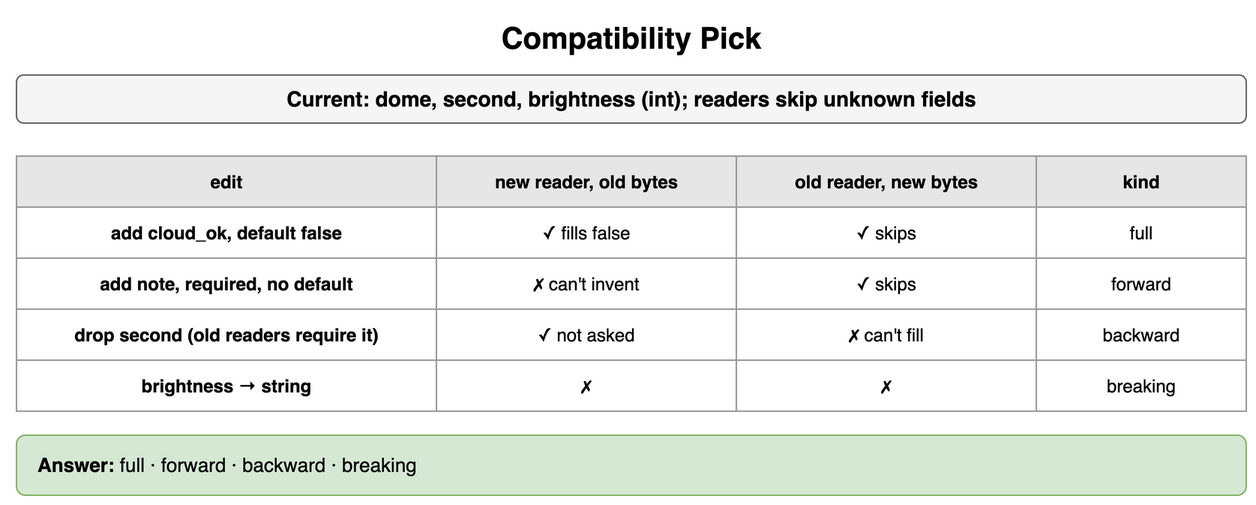
The draw.io diagram content/09_System_Design_Interview/14_Encoding_Serialization_and_Schema_Evolution/diagrams/encoding-drills-6-compatibility-pick.png in amendez13/swe-study-guide, before a commit. Source tidied: cells renumbered, new cells last; positions are measured from the earlier drawing's top-left corner, leaving out a move shared by most shapes. Source of this version:
```xml
<mxGraphModel>
  <root>
    <mxCell id="0" />
    <mxCell id="1" parent="0" />
    <mxCell id="2" value="Compatibility Pick" style="text;html=1;align=center;verticalAlign=middle;whiteSpace=wrap;fontSize=20;fontStyle=1;" parent="1" vertex="1">
      <mxGeometry width="820" height="30" as="geometry" />
    </mxCell>
    <mxCell id="3" value="Current: dome, second, brightness (int); readers skip unknown fields" style="rounded=1;whiteSpace=wrap;html=1;fillColor=#f5f5f5;strokeColor=#666666;fontStyle=1;fontSize=14;" parent="1" vertex="1">
      <mxGeometry y="40" width="820" height="32" as="geometry" />
    </mxCell>
    <mxCell id="4" value="edit" style="whiteSpace=wrap;html=1;fillColor=#e6e6e6;strokeColor=#999999;fontStyle=1;fontSize=12;" parent="1" vertex="1">
      <mxGeometry y="94" width="280" height="34" as="geometry" />
    </mxCell>
    <mxCell id="5" value="new reader, old bytes" style="whiteSpace=wrap;html=1;fillColor=#e6e6e6;strokeColor=#999999;fontStyle=1;fontSize=12;" parent="1" vertex="1">
      <mxGeometry x="280" y="94" width="200" height="34" as="geometry" />
    </mxCell>
    <mxCell id="6" value="old reader, new bytes" style="whiteSpace=wrap;html=1;fillColor=#e6e6e6;strokeColor=#999999;fontStyle=1;fontSize=12;" parent="1" vertex="1">
      <mxGeometry x="480" y="94" width="200" height="34" as="geometry" />
    </mxCell>
    <mxCell id="7" value="kind" style="whiteSpace=wrap;html=1;fillColor=#e6e6e6;strokeColor=#999999;fontStyle=1;fontSize=12;" parent="1" vertex="1">
      <mxGeometry x="680" y="94" width="140" height="34" as="geometry" />
    </mxCell>
    <mxCell id="8" value="add cloud_ok, default false" style="whiteSpace=wrap;html=1;strokeColor=#999999;fontSize=12;fillColor=#ffffff;fontStyle=1;" parent="1" vertex="1">
      <mxGeometry y="128" width="280" height="34" as="geometry" />
    </mxCell>
    <mxCell id="9" value="✓ fills false" style="whiteSpace=wrap;html=1;strokeColor=#999999;fontSize=12;fillColor=#ffffff;" parent="1" vertex="1">
      <mxGeometry x="280" y="128" width="200" height="34" as="geometry" />
    </mxCell>
    <mxCell id="10" value="✓ skips" style="whiteSpace=wrap;html=1;strokeColor=#999999;fontSize=12;fillColor=#ffffff;" parent="1" vertex="1">
      <mxGeometry x="480" y="128" width="200" height="34" as="geometry" />
    </mxCell>
    <mxCell id="11" value="full" style="whiteSpace=wrap;html=1;strokeColor=#999999;fontSize=12;fillColor=#ffffff;" parent="1" vertex="1">
      <mxGeometry x="680" y="128" width="140" height="34" as="geometry" />
    </mxCell>
    <mxCell id="12" value="add note, required, no default" style="whiteSpace=wrap;html=1;strokeColor=#999999;fontSize=12;fillColor=#ffffff;fontStyle=1;" parent="1" vertex="1">
      <mxGeometry y="162" width="280" height="34" as="geometry" />
    </mxCell>
    <mxCell id="13" value="✗ can't invent" style="whiteSpace=wrap;html=1;strokeColor=#999999;fontSize=12;fillColor=#ffffff;" parent="1" vertex="1">
      <mxGeometry x="280" y="162" width="200" height="34" as="geometry" />
    </mxCell>
    <mxCell id="14" value="✓ skips" style="whiteSpace=wrap;html=1;strokeColor=#999999;fontSize=12;fillColor=#ffffff;" parent="1" vertex="1">
      <mxGeometry x="480" y="162" width="200" height="34" as="geometry" />
    </mxCell>
    <mxCell id="15" value="forward" style="whiteSpace=wrap;html=1;strokeColor=#999999;fontSize=12;fillColor=#ffffff;" parent="1" vertex="1">
      <mxGeometry x="680" y="162" width="140" height="34" as="geometry" />
    </mxCell>
    <mxCell id="16" value="drop second (old readers require it)" style="whiteSpace=wrap;html=1;strokeColor=#999999;fontSize=12;fillColor=#ffffff;fontStyle=1;" parent="1" vertex="1">
      <mxGeometry y="196" width="280" height="34" as="geometry" />
    </mxCell>
    <mxCell id="17" value="✓ not asked" style="whiteSpace=wrap;html=1;strokeColor=#999999;fontSize=12;fillColor=#ffffff;" parent="1" vertex="1">
      <mxGeometry x="280" y="196" width="200" height="34" as="geometry" />
    </mxCell>
    <mxCell id="18" value="✗ can't fill" style="whiteSpace=wrap;html=1;strokeColor=#999999;fontSize=12;fillColor=#ffffff;" parent="1" vertex="1">
      <mxGeometry x="480" y="196" width="200" height="34" as="geometry" />
    </mxCell>
    <mxCell id="19" value="backward" style="whiteSpace=wrap;html=1;strokeColor=#999999;fontSize=12;fillColor=#ffffff;" parent="1" vertex="1">
      <mxGeometry x="680" y="196" width="140" height="34" as="geometry" />
    </mxCell>
    <mxCell id="20" value="brightness → string" style="whiteSpace=wrap;html=1;strokeColor=#999999;fontSize=12;fillColor=#ffffff;fontStyle=1;" parent="1" vertex="1">
      <mxGeometry y="230" width="280" height="34" as="geometry" />
    </mxCell>
    <mxCell id="21" value="✗" style="whiteSpace=wrap;html=1;strokeColor=#999999;fontSize=12;fillColor=#ffffff;" parent="1" vertex="1">
      <mxGeometry x="280" y="230" width="200" height="34" as="geometry" />
    </mxCell>
    <mxCell id="22" value="✗" style="whiteSpace=wrap;html=1;strokeColor=#999999;fontSize=12;fillColor=#ffffff;" parent="1" vertex="1">
      <mxGeometry x="480" y="230" width="200" height="34" as="geometry" />
    </mxCell>
    <mxCell id="23" value="breaking" style="whiteSpace=wrap;html=1;strokeColor=#999999;fontSize=12;fillColor=#ffffff;" parent="1" vertex="1">
      <mxGeometry x="680" y="230" width="140" height="34" as="geometry" />
    </mxCell>
    <mxCell id="24" value="&lt;b&gt;Answer:&lt;/b&gt; full · forward · backward · breaking" style="rounded=1;whiteSpace=wrap;html=1;fillColor=#d5e8d4;strokeColor=#82b366;fontSize=13;align=left;spacingLeft=12;" parent="1" vertex="1">
      <mxGeometry y="280" width="820" height="40" as="geometry" />
    </mxCell>
  </root>
</mxGraphModel>
```
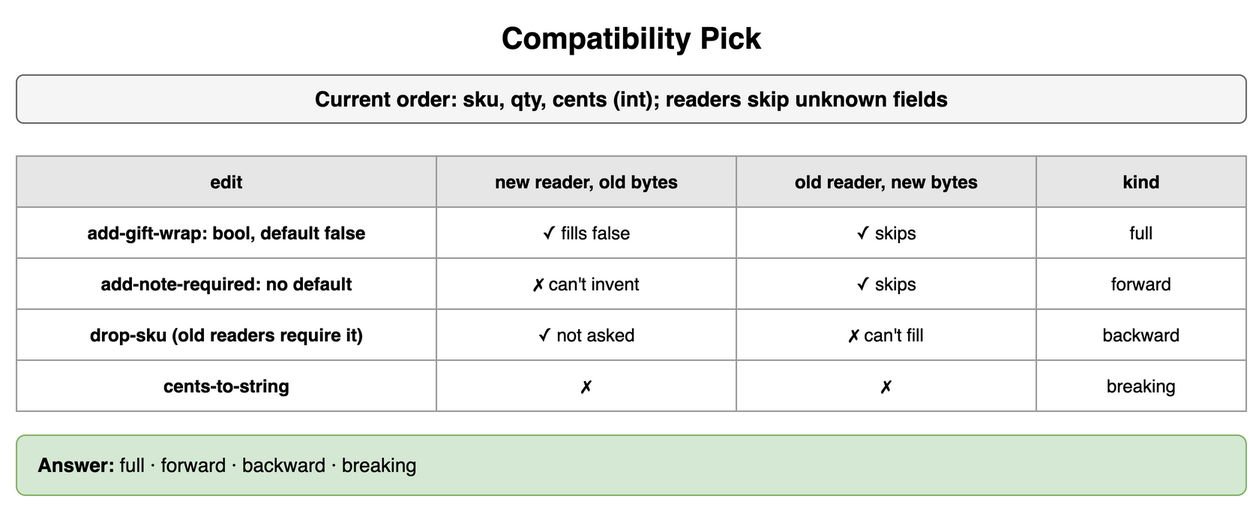
The same file after the commit.

The edit, as a diff of the source:
```diff
@@ -5,7 +5,7 @@
     <mxCell id="2" value="Compatibility Pick" style="text;html=1;align=center;verticalAlign=middle;whiteSpace=wrap;fontSize=20;fontStyle=1;" parent="1" vertex="1">
       <mxGeometry width="820" height="30" as="geometry" />
     </mxCell>
-    <mxCell id="3" value="Current: dome, second, brightness (int); readers skip unknown fields" style="rounded=1;whiteSpace=wrap;html=1;fillColor=#f5f5f5;strokeColor=#666666;fontStyle=1;fontSize=14;" parent="1" vertex="1">
+    <mxCell id="3" value="Current order: sku, qty, cents (int); readers skip unknown fields" style="rounded=1;whiteSpace=wrap;html=1;fillColor=#f5f5f5;strokeColor=#666666;fontStyle=1;fontSize=14;" parent="1" vertex="1">
       <mxGeometry y="40" width="820" height="32" as="geometry" />
     </mxCell>
     <mxCell id="4" value="edit" style="whiteSpace=wrap;html=1;fillColor=#e6e6e6;strokeColor=#999999;fontStyle=1;fontSize=12;" parent="1" vertex="1">
@@ -20,7 +20,7 @@
     <mxCell id="7" value="kind" style="whiteSpace=wrap;html=1;fillColor=#e6e6e6;strokeColor=#999999;fontStyle=1;fontSize=12;" parent="1" vertex="1">
       <mxGeometry x="680" y="94" width="140" height="34" as="geometry" />
     </mxCell>
-    <mxCell id="8" value="add cloud_ok, default false" style="whiteSpace=wrap;html=1;strokeColor=#999999;fontSize=12;fillColor=#ffffff;fontStyle=1;" parent="1" vertex="1">
+    <mxCell id="8" value="add-gift-wrap: bool, default false" style="whiteSpace=wrap;html=1;strokeColor=#999999;fontSize=12;fillColor=#ffffff;fontStyle=1;" parent="1" vertex="1">
       <mxGeometry y="128" width="280" height="34" as="geometry" />
     </mxCell>
     <mxCell id="9" value="✓ fills false" style="whiteSpace=wrap;html=1;strokeColor=#999999;fontSize=12;fillColor=#ffffff;" parent="1" vertex="1">
@@ -32,7 +32,7 @@
     <mxCell id="11" value="full" style="whiteSpace=wrap;html=1;strokeColor=#999999;fontSize=12;fillColor=#ffffff;" parent="1" vertex="1">
       <mxGeometry x="680" y="128" width="140" height="34" as="geometry" />
     </mxCell>
-    <mxCell id="12" value="add note, required, no default" style="whiteSpace=wrap;html=1;strokeColor=#999999;fontSize=12;fillColor=#ffffff;fontStyle=1;" parent="1" vertex="1">
+    <mxCell id="12" value="add-note-required: no default" style="whiteSpace=wrap;html=1;strokeColor=#999999;fontSize=12;fillColor=#ffffff;fontStyle=1;" parent="1" vertex="1">
       <mxGeometry y="162" width="280" height="34" as="geometry" />
     </mxCell>
     <mxCell id="13" value="✗ can't invent" style="whiteSpace=wrap;html=1;strokeColor=#999999;fontSize=12;fillColor=#ffffff;" parent="1" vertex="1">
@@ -44,7 +44,7 @@
     <mxCell id="15" value="forward" style="whiteSpace=wrap;html=1;strokeColor=#999999;fontSize=12;fillColor=#ffffff;" parent="1" vertex="1">
       <mxGeometry x="680" y="162" width="140" height="34" as="geometry" />
     </mxCell>
-    <mxCell id="16" value="drop second (old readers require it)" style="whiteSpace=wrap;html=1;strokeColor=#999999;fontSize=12;fillColor=#ffffff;fontStyle=1;" parent="1" vertex="1">
+    <mxCell id="16" value="drop-sku (old readers require it)" style="whiteSpace=wrap;html=1;strokeColor=#999999;fontSize=12;fillColor=#ffffff;fontStyle=1;" parent="1" vertex="1">
       <mxGeometry y="196" width="280" height="34" as="geometry" />
     </mxCell>
     <mxCell id="17" value="✓ not asked" style="whiteSpace=wrap;html=1;strokeColor=#999999;fontSize=12;fillColor=#ffffff;" parent="1" vertex="1">
@@ -56,7 +56,7 @@
     <mxCell id="19" value="backward" style="whiteSpace=wrap;html=1;strokeColor=#999999;fontSize=12;fillColor=#ffffff;" parent="1" vertex="1">
       <mxGeometry x="680" y="196" width="140" height="34" as="geometry" />
     </mxCell>
-    <mxCell id="20" value="brightness → string" style="whiteSpace=wrap;html=1;strokeColor=#999999;fontSize=12;fillColor=#ffffff;fontStyle=1;" parent="1" vertex="1">
+    <mxCell id="20" value="cents-to-string" style="whiteSpace=wrap;html=1;strokeColor=#999999;fontSize=12;fillColor=#ffffff;fontStyle=1;" parent="1" vertex="1">
       <mxGeometry y="230" width="280" height="34" as="geometry" />
     </mxCell>
     <mxCell id="21" value="✗" style="whiteSpace=wrap;html=1;strokeColor=#999999;fontSize=12;fillColor=#ffffff;" parent="1" vertex="1">
```
